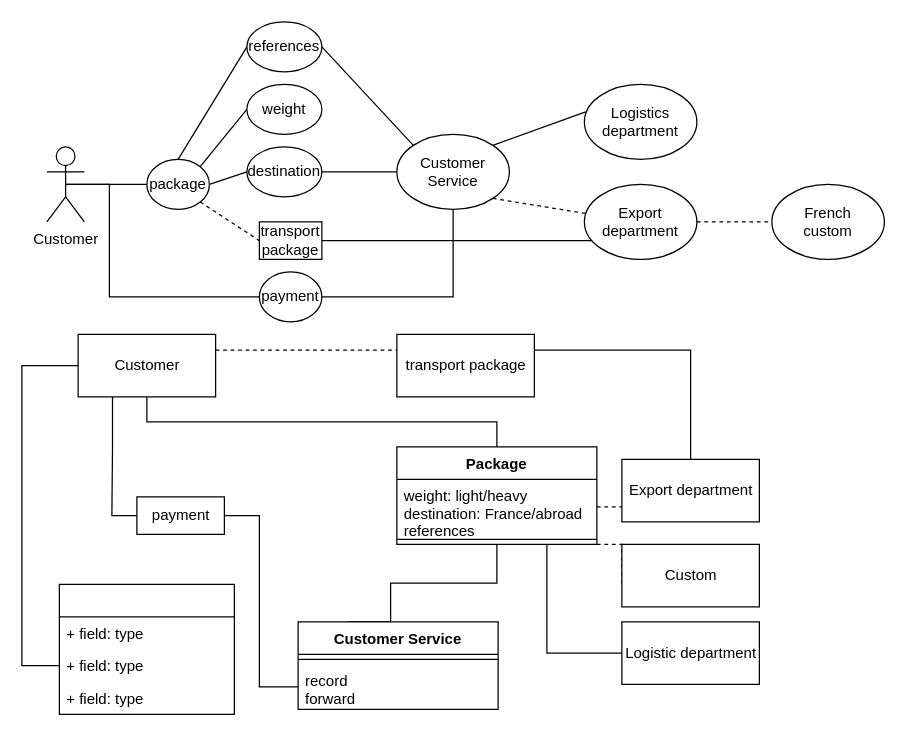
This is page "Question 3" (2 of 2) of UML_practice.drawio from lemonci/CS464, a draw.io file, before an edit. Source tidied: cells renumbered, new cells numbered last; positions are measured from the earlier drawing's top-left corner, leaving out a move shared by most shapes. Both pictures are drawn from the tidied source at 125%, with x=0, y=0 at pixel (21, 21).
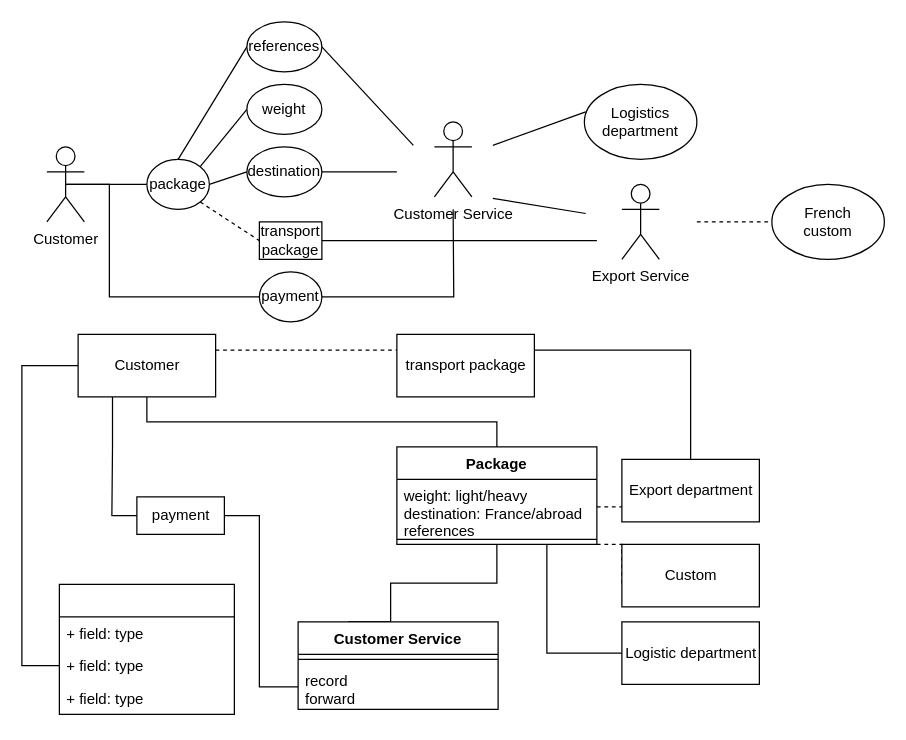
After the change.

The change refers to these unchanged cells:
```xml
<mxCell id="12" value="destination" style="ellipse;whiteSpace=wrap;html=1;" parent="1" vertex="1">
  <mxGeometry x="180" y="100" width="60" height="40" as="geometry" />
</mxCell>
<mxCell id="14" value="transport package" style="rounded=0;whiteSpace=wrap;html=1;" parent="1" vertex="1">
  <mxGeometry x="190" y="160" width="50" height="30" as="geometry" />
</mxCell>
<mxCell id="18" value="&lt;div&gt;Logistics&lt;/div&gt;&lt;div&gt;department&lt;br&gt;&lt;/div&gt;" style="ellipse;whiteSpace=wrap;html=1;" parent="1" vertex="1">
  <mxGeometry x="450" y="50" width="90" height="60" as="geometry" />
</mxCell>
<mxCell id="21" value="&lt;div&gt;French &lt;br&gt;&lt;/div&gt;&lt;div&gt;custom&lt;br&gt;&lt;/div&gt;" style="ellipse;whiteSpace=wrap;html=1;" parent="1" vertex="1">
  <mxGeometry x="600" y="130" width="90" height="60" as="geometry" />
</mxCell>
<mxCell id="29" value="references" style="ellipse;whiteSpace=wrap;html=1;" parent="1" vertex="1">
  <mxGeometry x="180" width="60" height="40" as="geometry" />
</mxCell>
<mxCell id="45" value="payment" style="ellipse;whiteSpace=wrap;html=1;" parent="1" vertex="1">
  <mxGeometry x="190" y="200" width="50" height="40" as="geometry" />
</mxCell>
```

Change to the diagram source:
```diff
@@
-    <mxCell id="11" style="edgeStyle=none;rounded=0;jettySize=auto;html=1;exitX=1;exitY=0.5;exitDx=0;exitDy=0;endArrow=none;endFill=0;" parent="1" edge="1" source="12" target="17">
-      <mxGeometry relative="1" as="geometry" />
+    <mxCell id="11" style="edgeStyle=none;rounded=0;jettySize=auto;html=1;exitX=1;exitY=0.5;exitDx=0;exitDy=0;endArrow=none;endFill=0;" parent="1" edge="1" source="12">
+      <mxGeometry relative="1" as="geometry">
+        <mxPoint x="300" y="120" as="targetPoint" />
+      </mxGeometry>
     </mxCell>
@@
-    <mxCell id="13" style="edgeStyle=none;rounded=0;jettySize=auto;html=1;exitX=1;exitY=0.5;exitDx=0;exitDy=0;entryX=0.111;entryY=0.75;entryDx=0;entryDy=0;entryPerimeter=0;endArrow=none;endFill=0;" parent="1" edge="1" source="14" target="20">
-      <mxGeometry relative="1" as="geometry" />
+    <mxCell id="13" style="edgeStyle=none;rounded=0;jettySize=auto;html=1;exitX=1;exitY=0.5;exitDx=0;exitDy=0;entryX=0.111;entryY=0.75;entryDx=0;entryDy=0;entryPerimeter=0;endArrow=none;endFill=0;" parent="1" edge="1" source="14">
+      <mxGeometry relative="1" as="geometry">
+        <mxPoint x="460" y="175" as="targetPoint" />
+      </mxGeometry>
     </mxCell>
@@
-    <mxCell id="15" style="edgeStyle=none;rounded=0;jettySize=auto;html=1;exitX=1;exitY=0;exitDx=0;exitDy=0;entryX=0.011;entryY=0.367;entryDx=0;entryDy=0;entryPerimeter=0;endArrow=none;endFill=0;" parent="1" edge="1" source="17" target="18">
-      <mxGeometry relative="1" as="geometry" />
+    <mxCell id="15" style="edgeStyle=none;rounded=0;jettySize=auto;html=1;exitX=1;exitY=0;exitDx=0;exitDy=0;entryX=0.011;entryY=0.367;entryDx=0;entryDy=0;entryPerimeter=0;endArrow=none;endFill=0;" parent="1" edge="1" target="18">
+      <mxGeometry relative="1" as="geometry">
+        <mxPoint x="376.8" y="98.8" as="sourcePoint" />
+      </mxGeometry>
     </mxCell>
-    <mxCell id="16" style="edgeStyle=none;rounded=0;jettySize=auto;html=1;exitX=1;exitY=1;exitDx=0;exitDy=0;endArrow=none;endFill=0;dashed=1;" parent="1" edge="1" source="17" target="20">
-      <mxGeometry relative="1" as="geometry" />
+    <mxCell id="16" style="edgeStyle=none;rounded=0;orthogonalLoop=1;jettySize=auto;html=1;exitX=1;exitY=1;exitDx=0;exitDy=0;endArrow=none;endFill=0;" parent="1" edge="1">
+      <mxGeometry relative="1" as="geometry">
+        <mxPoint x="376.8" y="141.2" as="sourcePoint" />
+        <mxPoint x="451.1" y="153.3" as="targetPoint" />
+      </mxGeometry>
     </mxCell>
-    <mxCell id="17" value="&lt;div&gt;Customer&lt;/div&gt;&lt;div&gt;Service&lt;br&gt;&lt;/div&gt;" style="ellipse;whiteSpace=wrap;html=1;" parent="1" vertex="1">
-      <mxGeometry x="300" y="90" width="90" height="60" as="geometry" />
-    </mxCell>
@@
-    <mxCell id="19" style="edgeStyle=none;rounded=0;jettySize=auto;html=1;exitX=1;exitY=0.5;exitDx=0;exitDy=0;dashed=1;endArrow=none;endFill=0;" parent="1" edge="1" source="20" target="21">
-      <mxGeometry relative="1" as="geometry" />
+    <mxCell id="19" style="edgeStyle=none;rounded=0;jettySize=auto;html=1;exitX=1;exitY=0.5;exitDx=0;exitDy=0;dashed=1;endArrow=none;endFill=0;" parent="1" edge="1" target="21">
+      <mxGeometry relative="1" as="geometry">
+        <mxPoint x="540" y="160" as="sourcePoint" />
+      </mxGeometry>
     </mxCell>
-    <mxCell id="20" value="&lt;div&gt;Export&lt;/div&gt;&lt;div&gt;department&lt;br&gt;&lt;/div&gt;" style="ellipse;whiteSpace=wrap;html=1;" parent="1" vertex="1">
-      <mxGeometry x="450" y="130" width="90" height="60" as="geometry" />
-    </mxCell>
@@
-    <mxCell id="28" style="edgeStyle=none;rounded=0;jettySize=auto;html=1;exitX=1;exitY=0.5;exitDx=0;exitDy=0;entryX=0;entryY=0;entryDx=0;entryDy=0;endArrow=none;endFill=0;" parent="1" edge="1" source="29" target="17">
-      <mxGeometry relative="1" as="geometry" />
+    <mxCell id="28" style="edgeStyle=none;rounded=0;jettySize=auto;html=1;exitX=1;exitY=0.5;exitDx=0;exitDy=0;entryX=0;entryY=0;entryDx=0;entryDy=0;endArrow=none;endFill=0;" parent="1" edge="1" source="29">
+      <mxGeometry relative="1" as="geometry">
+        <mxPoint x="313.2" y="98.8" as="targetPoint" />
+      </mxGeometry>
     </mxCell>
@@
-    <mxCell id="44" style="edgeStyle=orthogonalEdgeStyle;rounded=0;jettySize=auto;html=1;exitX=1;exitY=0.5;exitDx=0;exitDy=0;entryX=0.5;entryY=1;entryDx=0;entryDy=0;endArrow=none;endFill=0;" parent="1" edge="1" source="45" target="17">
-      <mxGeometry relative="1" as="geometry" />
+    <mxCell id="44" style="edgeStyle=orthogonalEdgeStyle;rounded=0;jettySize=auto;html=1;exitX=1;exitY=0.5;exitDx=0;exitDy=0;entryX=0.5;entryY=1;entryDx=0;entryDy=0;endArrow=none;endFill=0;" parent="1" edge="1" source="45">
+      <mxGeometry relative="1" as="geometry">
+        <mxPoint x="345" y="150" as="targetPoint" />
+      </mxGeometry>
     </mxCell>
@@
+    <mxCell id="17" value="Customer Service" style="shape=umlActor;verticalLabelPosition=bottom;verticalAlign=top;html=1;outlineConnect=0;" parent="1" vertex="1">
+      <mxGeometry x="330" y="80" width="30" height="60" as="geometry" />
+    </mxCell>
+    <mxCell id="52" value="Export Service" style="shape=umlActor;verticalLabelPosition=bottom;verticalAlign=top;html=1;" parent="1" vertex="1">
+      <mxGeometry x="480" y="130" width="30" height="60" as="geometry" />
+    </mxCell>
```
